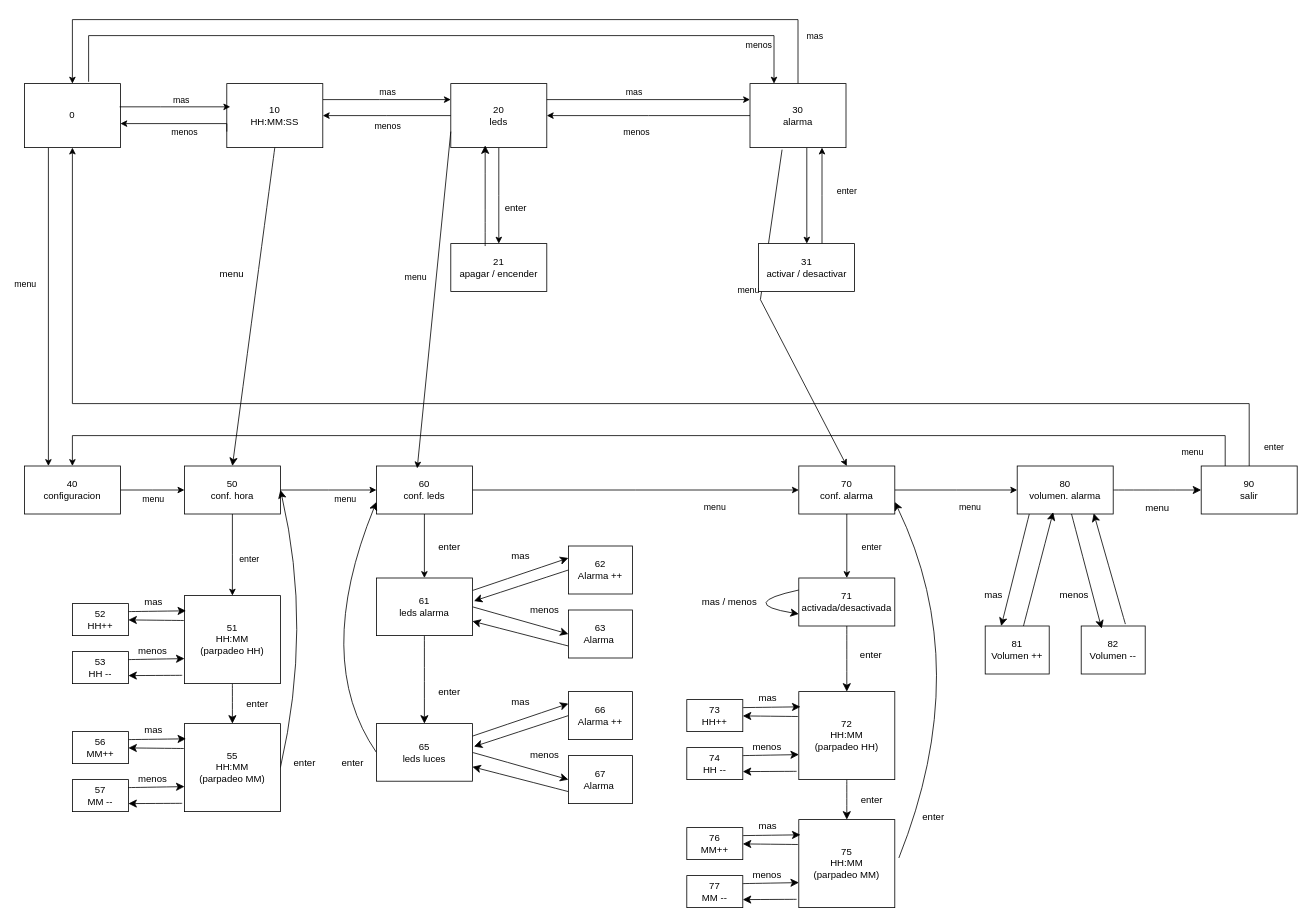
This is page "menu - maqEstados" (3 of 3) of despertadorSolar.drawio from jormiDev/despertadorSolar, a draw.io file, before an edit. Source tidied: cells renumbered, new cells numbered last; positions are measured from the earlier drawing's top-left corner, leaving out a move shared by most shapes. Both pictures are drawn from the tidied source at 80%, with x=0, y=0 at pixel (24, 19).
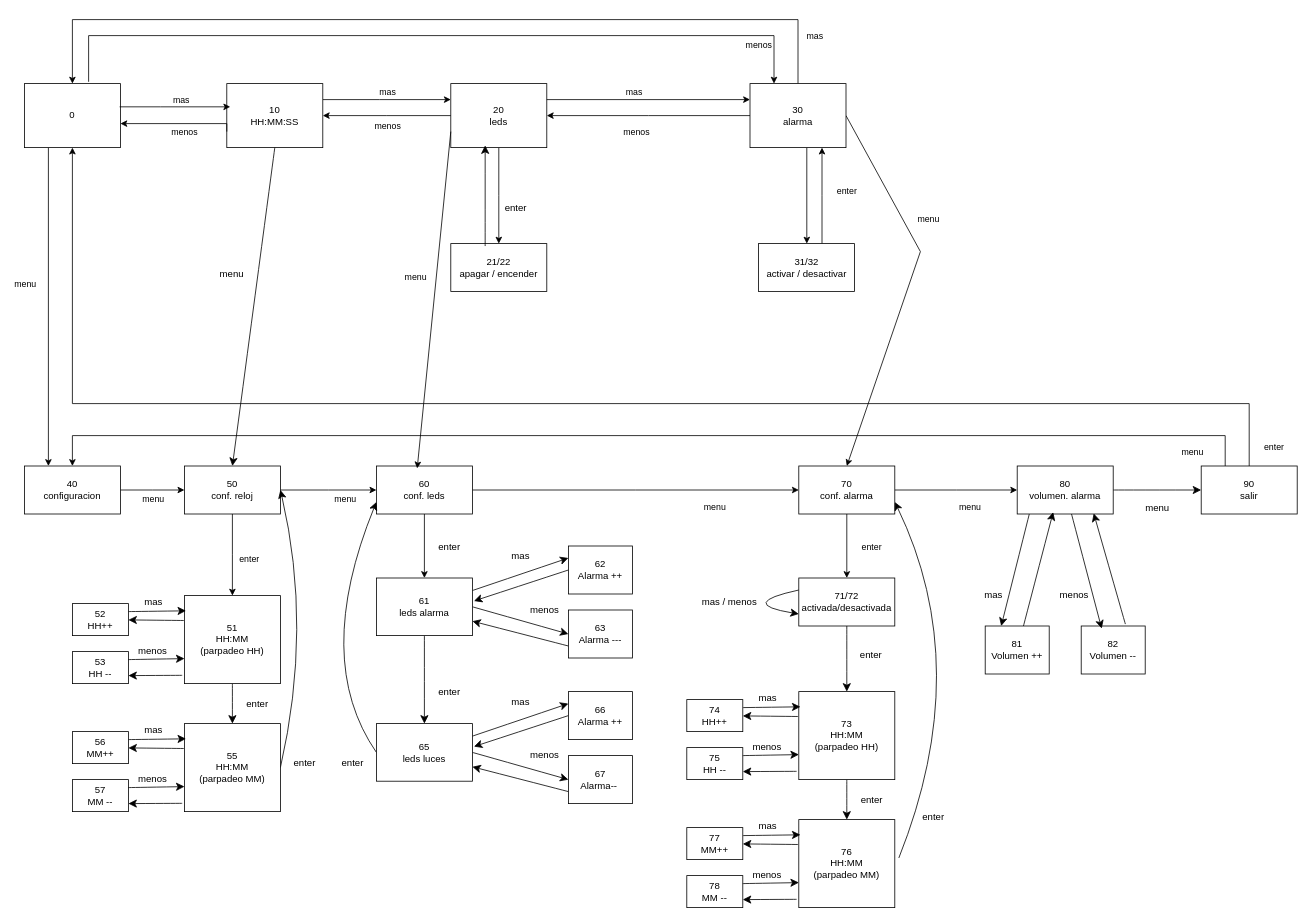
The same diagram, later.

Unchanged cells that the change refers to:
```xml
<mxCell id="18" value="30&lt;div&gt;alarma&lt;/div&gt;" style="rounded=0;whiteSpace=wrap;html=1;" parent="1" vertex="1">
  <mxGeometry x="907" y="80" width="120" height="80" as="geometry" />
</mxCell>
<mxCell id="54" value="70&lt;div&gt;conf. alarma&lt;/div&gt;" style="rounded=0;whiteSpace=wrap;html=1;" parent="1" vertex="1">
  <mxGeometry x="968" y="558" width="120" height="60" as="geometry" />
</mxCell>
```

The edit, as a diff of the source:
```diff
@@
-    <mxCell id="16" style="rounded=0;jettySize=auto;html=1;entryX=0.5;entryY=0;entryDx=0;entryDy=0;exitX=0.334;exitY=1.032;exitDx=0;exitDy=0;exitPerimeter=0;elbow=vertical;" parent="1" edge="1" source="18" target="54">
+    <mxCell id="16" style="rounded=0;jettySize=auto;html=1;entryX=0.5;entryY=0;entryDx=0;entryDy=0;exitX=1;exitY=0.5;exitDx=0;exitDy=0;elbow=vertical;" parent="1" edge="1" source="18" target="54">
       <mxGeometry relative="1" as="geometry">
         <Array as="points">
-          <mxPoint x="920" y="350" />
+          <mxPoint x="1120" y="290" />
         </Array>
       </mxGeometry>
     </mxCell>
     <mxCell id="17" value="menu" style="edgeLabel;html=1;align=center;verticalAlign=middle;" parent="16" vertex="1">
       <mxGeometry x="0.28" y="1" relative="1" as="geometry">
-        <mxPoint x="-54" y="-84" as="offset" />
+        <mxPoint x="45" y="-146" as="offset" />
       </mxGeometry>
     </mxCell>
@@
-    <mxCell id="29" value="21&lt;div&gt;apagar / encender&lt;/div&gt;" style="rounded=0;whiteSpace=wrap;html=1;" parent="1" vertex="1">
+    <mxCell id="29" value="21/22&lt;div&gt;apagar / encender&lt;/div&gt;" style="rounded=0;whiteSpace=wrap;html=1;" parent="1" vertex="1">
       <mxGeometry x="533" y="280" width="120" height="60" as="geometry" />
     </mxCell>
@@
-    <mxCell id="40" value="50&lt;br&gt;&lt;div&gt;conf. hora&lt;/div&gt;" style="rounded=0;whiteSpace=wrap;html=1;" parent="1" vertex="1">
+    <mxCell id="40" value="50&lt;br&gt;&lt;div&gt;conf. reloj&lt;/div&gt;" style="rounded=0;whiteSpace=wrap;html=1;" parent="1" vertex="1">
       <mxGeometry x="200" y="558" width="120" height="60" as="geometry" />
     </mxCell>
@@
-    <mxCell id="49" value="31&lt;div&gt;activar / desactivar&lt;/div&gt;" style="rounded=0;whiteSpace=wrap;html=1;" parent="1" vertex="1">
+    <mxCell id="49" value="31/32&lt;div&gt;activar / desactivar&lt;/div&gt;" style="rounded=0;whiteSpace=wrap;html=1;" parent="1" vertex="1">
       <mxGeometry x="917.6" y="280" width="120" height="60" as="geometry" />
     </mxCell>
@@
-    <mxCell id="78" value="71&lt;div&gt;activada/desactivada&lt;/div&gt;" style="whiteSpace=wrap;html=1;rounded=0;" parent="1" vertex="1">
+    <mxCell id="78" value="71/72&lt;div&gt;activada/desactivada&lt;/div&gt;" style="whiteSpace=wrap;html=1;rounded=0;" parent="1" vertex="1">
       <mxGeometry x="968" y="698" width="120" height="60" as="geometry" />
     </mxCell>
@@
-    <mxCell id="100" value="72&lt;div&gt;HH:MM&lt;div&gt;(parpadeo HH)&lt;/div&gt;&lt;/div&gt;" style="whiteSpace=wrap;html=1;rounded=0;" parent="1" vertex="1">
+    <mxCell id="100" value="73&lt;div&gt;HH:MM&lt;div&gt;(parpadeo HH)&lt;/div&gt;&lt;/div&gt;" style="whiteSpace=wrap;html=1;rounded=0;" parent="1" vertex="1">
       <mxGeometry x="968" y="840" width="120" height="110" as="geometry" />
     </mxCell>
@@
-    <mxCell id="102" value="73&lt;div&gt;HH++&lt;/div&gt;" style="whiteSpace=wrap;html=1;rounded=0;" parent="1" vertex="1">
+    <mxCell id="102" value="74&lt;div&gt;HH++&lt;/div&gt;" style="whiteSpace=wrap;html=1;rounded=0;" parent="1" vertex="1">
       <mxGeometry x="828" y="850" width="70" height="40" as="geometry" />
     </mxCell>
-    <mxCell id="103" value="74&lt;div&gt;HH --&lt;/div&gt;" style="whiteSpace=wrap;html=1;rounded=0;" parent="1" vertex="1">
+    <mxCell id="103" value="75&lt;div&gt;HH --&lt;/div&gt;" style="whiteSpace=wrap;html=1;rounded=0;" parent="1" vertex="1">
       <mxGeometry x="828" y="910" width="70" height="40" as="geometry" />
     </mxCell>
@@
-    <mxCell id="111" value="75&lt;div&gt;HH:MM&lt;div&gt;(parpadeo MM)&lt;/div&gt;&lt;/div&gt;" style="whiteSpace=wrap;html=1;rounded=0;" parent="1" vertex="1">
+    <mxCell id="111" value="76&lt;div&gt;HH:MM&lt;div&gt;(parpadeo MM)&lt;/div&gt;&lt;/div&gt;" style="whiteSpace=wrap;html=1;rounded=0;" parent="1" vertex="1">
       <mxGeometry x="968" y="1000" width="120" height="110" as="geometry" />
     </mxCell>
@@
-    <mxCell id="113" value="76&lt;div&gt;MM++&lt;/div&gt;" style="whiteSpace=wrap;html=1;rounded=0;" parent="1" vertex="1">
+    <mxCell id="113" value="77&lt;div&gt;MM++&lt;/div&gt;" style="whiteSpace=wrap;html=1;rounded=0;" parent="1" vertex="1">
       <mxGeometry x="828" y="1010" width="70" height="40" as="geometry" />
     </mxCell>
-    <mxCell id="114" value="77&lt;div&gt;MM --&lt;/div&gt;" style="whiteSpace=wrap;html=1;rounded=0;" parent="1" vertex="1">
+    <mxCell id="114" value="&lt;div&gt;78&lt;/div&gt;&lt;div&gt;MM --&lt;/div&gt;" style="whiteSpace=wrap;html=1;rounded=0;" parent="1" vertex="1">
       <mxGeometry x="828" y="1070" width="70" height="40" as="geometry" />
     </mxCell>
@@
-    <mxCell id="130" value="63&lt;div&gt;Alarma&amp;nbsp;&lt;/div&gt;" style="whiteSpace=wrap;html=1;rounded=0;" parent="1" vertex="1">
+    <mxCell id="130" value="63&lt;div&gt;Alarma ---&lt;/div&gt;" style="whiteSpace=wrap;html=1;rounded=0;" parent="1" vertex="1">
       <mxGeometry x="680" y="738" width="80" height="60" as="geometry" />
     </mxCell>
@@
-    <mxCell id="141" value="67&lt;div&gt;Alarma&amp;nbsp;&lt;/div&gt;" style="whiteSpace=wrap;html=1;rounded=0;" parent="1" vertex="1">
+    <mxCell id="141" value="67&lt;div&gt;Alarma--&amp;nbsp;&lt;/div&gt;" style="whiteSpace=wrap;html=1;rounded=0;" parent="1" vertex="1">
       <mxGeometry x="680" y="920" width="80" height="60" as="geometry" />
     </mxCell>
```
